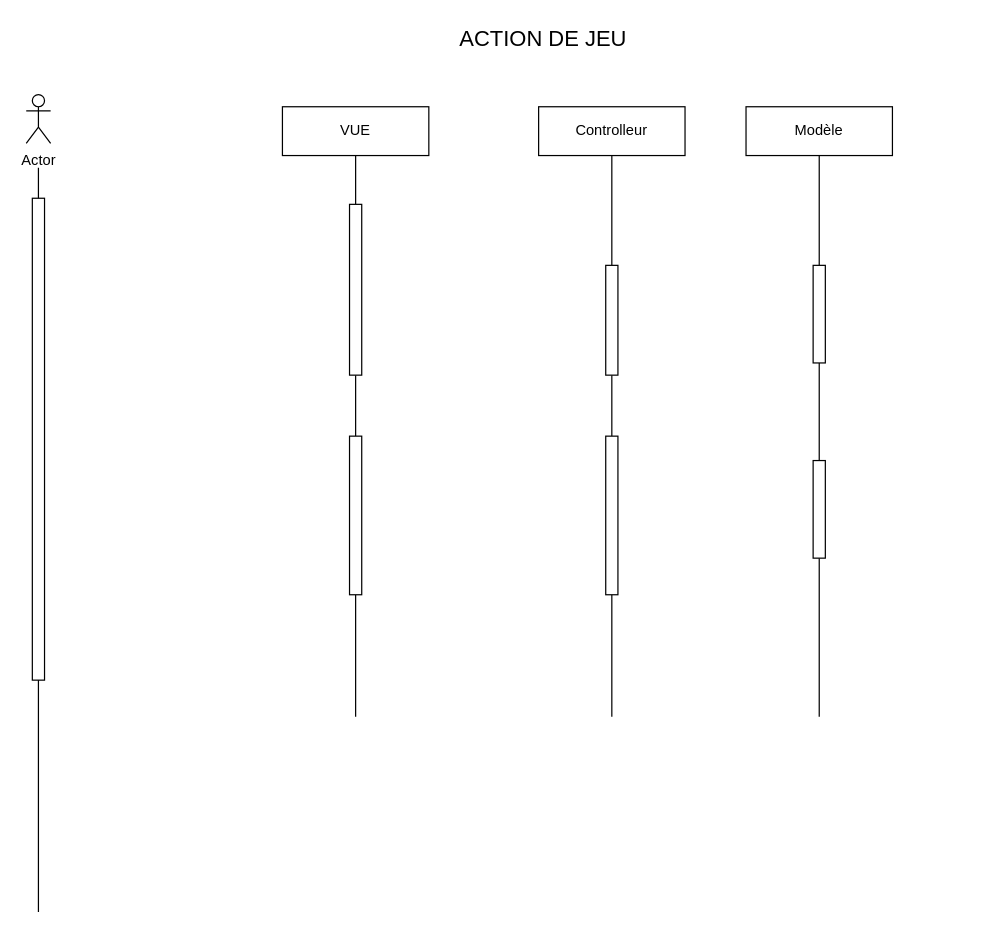
BMaurice56/Tamagotchi keeps this draw.io diagram as page "Page-3" (3 of 3) of DiagrammeSequence.drawio. Above is the earlier version. Source tidied: cells renumbered, new cells numbered last; positions are measured from the earlier drawing's top-left corner, leaving out a move shared by most shapes. Both pictures are drawn from the tidied source at 122%, with x=0, y=0 at pixel (26, 21).
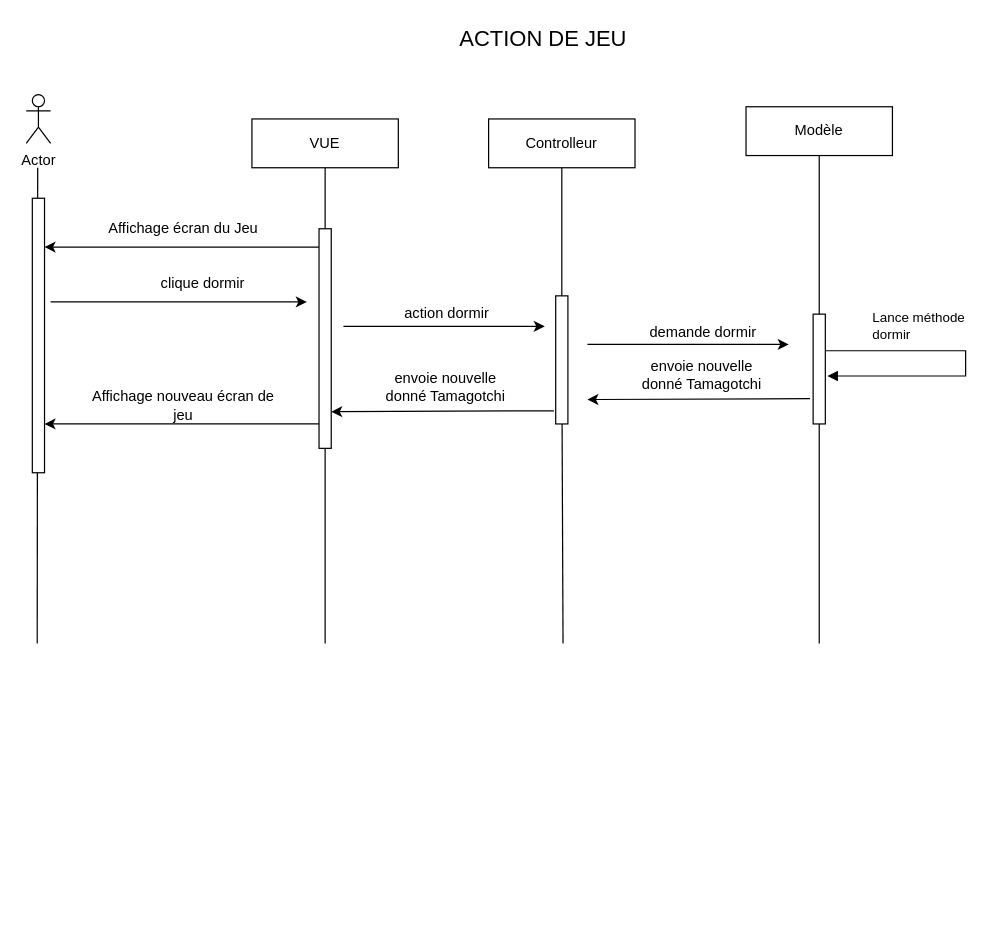
The same page after the edit.

Diff of the diagram source:
```diff
@@
     <mxCell id="4" style="endArrow=none;html=1;rounded=0;" parent="1" edge="1">
       <mxGeometry relative="1" as="geometry">
-        <mxPoint x="10" y="730" as="sourcePoint" />
-        <mxPoint x="10" y="120" as="targetPoint" />
+        <mxPoint x="9" y="510" as="sourcePoint" />
+        <mxPoint x="9.4" y="120" as="targetPoint" />
       </mxGeometry>
     </mxCell>
     <mxCell id="5" style="endArrow=none;html=1;rounded=0;" parent="1" edge="1" source="8">
       <mxGeometry relative="1" as="geometry">
-        <mxPoint x="270" y="110" as="targetPoint" />
+        <mxPoint x="245" y="120" as="targetPoint" />
       </mxGeometry>
     </mxCell>
     <mxCell id="6" value="VUE" style="rounded=0;whiteSpace=wrap;html=1;" parent="1" vertex="1">
-      <mxGeometry x="210" y="70" width="120" height="40" as="geometry" />
+      <mxGeometry x="185" y="80" width="120" height="40" as="geometry" />
     </mxCell>
-    <mxCell id="7" style="endArrow=none;html=1;rounded=0;" parent="1" edge="1" source="17" target="8">
-      <mxGeometry relative="1" as="geometry" />
+    <mxCell id="7" style="endArrow=none;html=1;rounded=0;" parent="1" edge="1" target="8">
+      <mxGeometry relative="1" as="geometry">
+        <mxPoint x="245" y="510" as="sourcePoint" />
+      </mxGeometry>
     </mxCell>
-    <mxCell id="8" style="rounded=0;whiteSpace=wrap;html=1;" parent="1" vertex="1">
-      <mxGeometry x="265" y="150" width="10" height="140" as="geometry" />
-    </mxCell>
@@
     <mxCell id="10" style="rounded=0;whiteSpace=wrap;html=1;" parent="1" vertex="1">
-      <mxGeometry x="5" y="145" width="10" height="395" as="geometry" />
+      <mxGeometry x="5" y="145" width="10" height="225" as="geometry" />
     </mxCell>
     <mxCell id="11" style="endArrow=none;html=1;rounded=0;" parent="1" edge="1" source="13">
       <mxGeometry relative="1" as="geometry">
-        <mxPoint x="480" y="110" as="targetPoint" />
+        <mxPoint x="439" y="120" as="targetPoint" />
       </mxGeometry>
     </mxCell>
-    <mxCell id="12" style="endArrow=none;html=1;rounded=0;" parent="1" edge="1" source="19" target="13">
-      <mxGeometry relative="1" as="geometry" />
+    <mxCell id="12" style="endArrow=none;html=1;rounded=0;" parent="1" edge="1" target="13">
+      <mxGeometry relative="1" as="geometry">
+        <mxPoint x="440" y="510" as="sourcePoint" />
+      </mxGeometry>
     </mxCell>
     <mxCell id="13" style="rounded=0;whiteSpace=wrap;html=1;" parent="1" vertex="1">
-      <mxGeometry x="475" y="200" width="10" height="90" as="geometry" />
+      <mxGeometry x="434" y="225" width="10" height="105" as="geometry" />
     </mxCell>
@@
     <mxCell id="15" value="Controlleur" style="rounded=0;whiteSpace=wrap;html=1;" parent="1" vertex="1">
-      <mxGeometry x="420" y="70" width="120" height="40" as="geometry" />
+      <mxGeometry x="379" y="80" width="120" height="40" as="geometry" />
     </mxCell>
-    <mxCell id="16" style="endArrow=none;html=1;rounded=0;" parent="1" edge="1" target="17">
-      <mxGeometry relative="1" as="geometry">
-        <mxPoint x="270" y="570" as="sourcePoint" />
-      </mxGeometry>
-    </mxCell>
-    <mxCell id="17" style="rounded=0;whiteSpace=wrap;html=1;" parent="1" vertex="1">
-      <mxGeometry x="265" y="340" width="10" height="130" as="geometry" />
-    </mxCell>
-    <mxCell id="18" style="endArrow=none;html=1;rounded=0;" parent="1" edge="1" target="19">
-      <mxGeometry relative="1" as="geometry">
-        <mxPoint x="480" y="570" as="sourcePoint" />
-      </mxGeometry>
-    </mxCell>
-    <mxCell id="19" style="rounded=0;whiteSpace=wrap;html=1;" parent="1" vertex="1">
-      <mxGeometry x="475" y="340" width="10" height="130" as="geometry" />
-    </mxCell>
-    <mxCell id="20" style="endArrow=none;html=1;rounded=0;" parent="1" edge="1" source="22">
-      <mxGeometry relative="1" as="geometry">
-        <mxPoint x="650" y="110" as="targetPoint" />
-      </mxGeometry>
-    </mxCell>
-    <mxCell id="21" style="endArrow=none;html=1;rounded=0;" parent="1" edge="1" source="25" target="22">
-      <mxGeometry relative="1" as="geometry" />
+    <mxCell id="21" style="endArrow=none;html=1;rounded=0;" parent="1" edge="1" source="25">
+      <mxGeometry relative="1" as="geometry">
+        <mxPoint x="650" y="110" as="targetPoint" />
+      </mxGeometry>
     </mxCell>
-    <mxCell id="22" style="rounded=0;whiteSpace=wrap;html=1;" parent="1" vertex="1">
-      <mxGeometry x="645" y="200" width="10" height="80" as="geometry" />
-    </mxCell>
@@
     <mxCell id="24" style="endArrow=none;html=1;rounded=0;" parent="1" edge="1" target="25">
       <mxGeometry relative="1" as="geometry">
-        <mxPoint x="650" y="570" as="sourcePoint" />
+        <mxPoint x="650" y="510" as="sourcePoint" />
       </mxGeometry>
     </mxCell>
     <mxCell id="25" style="rounded=0;whiteSpace=wrap;html=1;" parent="1" vertex="1">
-      <mxGeometry x="645" y="360" width="10" height="80" as="geometry" />
+      <mxGeometry x="645" y="240" width="10" height="90" as="geometry" />
     </mxCell>
+    <mxCell id="26" value="Affichage écran du Jeu" style="text;html=1;strokeColor=none;fillColor=none;align=center;verticalAlign=middle;whiteSpace=wrap;rounded=0;" parent="1" vertex="1">
+      <mxGeometry x="45" y="155" width="167.8" height="30" as="geometry" />
+    </mxCell>
+    <mxCell id="27" style="endArrow=classic;html=1;rounded=0;" parent="1" edge="1">
+      <mxGeometry relative="1" as="geometry">
+        <mxPoint x="240" y="185" as="sourcePoint" />
+        <mxPoint x="15" y="185" as="targetPoint" />
+      </mxGeometry>
+    </mxCell>
+    <mxCell id="28" style="endArrow=classic;html=1;rounded=0;" parent="1" edge="1" target="8">
+      <mxGeometry relative="1" as="geometry">
+        <mxPoint x="245.5" y="185" as="sourcePoint" />
+      </mxGeometry>
+    </mxCell>
+    <mxCell id="8" style="rounded=0;whiteSpace=wrap;html=1;" parent="1" vertex="1">
+      <mxGeometry x="240" y="170" width="10" height="180" as="geometry" />
+    </mxCell>
+    <mxCell id="29" style="endArrow=classic;html=1;rounded=0;" parent="1" edge="1">
+      <mxGeometry relative="1" as="geometry">
+        <mxPoint x="20" y="230" as="sourcePoint" />
+        <mxPoint x="230" y="230" as="targetPoint" />
+      </mxGeometry>
+    </mxCell>
+    <mxCell id="30" value="clique dormir" style="text;html=1;strokeColor=none;fillColor=none;align=center;verticalAlign=middle;whiteSpace=wrap;rounded=0;" parent="1" vertex="1">
+      <mxGeometry x="70" y="200" width="150" height="30" as="geometry" />
+    </mxCell>
+    <mxCell id="31" style="endArrow=classic;html=1;rounded=0;" parent="1" edge="1">
+      <mxGeometry relative="1" as="geometry">
+        <mxPoint x="260" y="250" as="sourcePoint" />
+        <mxPoint x="425" y="250" as="targetPoint" />
+      </mxGeometry>
+    </mxCell>
+    <mxCell id="32" value="action dormir" style="text;html=1;strokeColor=none;fillColor=none;align=center;verticalAlign=middle;whiteSpace=wrap;rounded=0;" parent="1" vertex="1">
+      <mxGeometry x="300" y="230" width="90" height="20" as="geometry" />
+    </mxCell>
+    <mxCell id="33" style="endArrow=classic;html=1;rounded=0;" parent="1" edge="1">
+      <mxGeometry relative="1" as="geometry">
+        <mxPoint x="460" y="264.8" as="sourcePoint" />
+        <mxPoint x="625" y="264.8" as="targetPoint" />
+      </mxGeometry>
+    </mxCell>
+    <mxCell id="34" value="demande dormir" style="text;html=1;strokeColor=none;fillColor=none;align=center;verticalAlign=middle;whiteSpace=wrap;rounded=0;" parent="1" vertex="1">
+      <mxGeometry x="500" y="244.8" width="110" height="20" as="geometry" />
+    </mxCell>
+    <mxCell id="35" value="&lt;div&gt;Lance méthode &lt;br&gt;&lt;/div&gt;&lt;div&gt;dormir&lt;/div&gt;" style="html=1;align=left;spacingLeft=2;endArrow=block;rounded=0;edgeStyle=orthogonalEdgeStyle;curved=0;rounded=0;entryX=1.1;entryY=0.876;entryDx=0;entryDy=0;entryPerimeter=0;exitX=1;exitY=0.25;exitDx=0;exitDy=0;" parent="1" edge="1">
+      <mxGeometry x="-0.72" y="20" relative="1" as="geometry">
+        <mxPoint x="655" y="270" as="sourcePoint" />
+        <mxPoint x="656.7" y="290.7" as="targetPoint" />
+        <Array as="points">
+          <mxPoint x="770" y="270" />
+          <mxPoint x="770" y="291" />
+        </Array>
+      </mxGeometry>
+    </mxCell>
+    <mxCell id="36" style="endArrow=classic;html=1;rounded=0;" parent="1" edge="1">
+      <mxGeometry relative="1" as="geometry">
+        <mxPoint x="642.5" y="309.2" as="sourcePoint" />
+        <mxPoint x="460" y="310" as="targetPoint" />
+      </mxGeometry>
+    </mxCell>
+    <mxCell id="37" value="envoie nouvelle donné Tamagotchi" style="text;html=1;strokeColor=none;fillColor=none;align=center;verticalAlign=middle;whiteSpace=wrap;rounded=0;" parent="1" vertex="1">
+      <mxGeometry x="499" y="280" width="110" height="20" as="geometry" />
+    </mxCell>
+    <mxCell id="38" style="endArrow=classic;html=1;rounded=0;" parent="1" edge="1">
+      <mxGeometry relative="1" as="geometry">
+        <mxPoint x="432.5" y="319.2" as="sourcePoint" />
+        <mxPoint x="250" y="320" as="targetPoint" />
+      </mxGeometry>
+    </mxCell>
+    <mxCell id="39" value="envoie nouvelle donné Tamagotchi" style="text;html=1;strokeColor=none;fillColor=none;align=center;verticalAlign=middle;whiteSpace=wrap;rounded=0;" parent="1" vertex="1">
+      <mxGeometry x="289" y="290" width="110" height="20" as="geometry" />
+    </mxCell>
+    <mxCell id="40" value="Affichage nouveau écran de jeu" style="text;html=1;strokeColor=none;fillColor=none;align=center;verticalAlign=middle;whiteSpace=wrap;rounded=0;" parent="1" vertex="1">
+      <mxGeometry x="45" y="300" width="167.8" height="30" as="geometry" />
+    </mxCell>
+    <mxCell id="41" style="endArrow=classic;html=1;rounded=0;" parent="1" edge="1">
+      <mxGeometry relative="1" as="geometry">
+        <mxPoint x="240" y="330" as="sourcePoint" />
+        <mxPoint x="15" y="330" as="targetPoint" />
+      </mxGeometry>
+    </mxCell>
```
